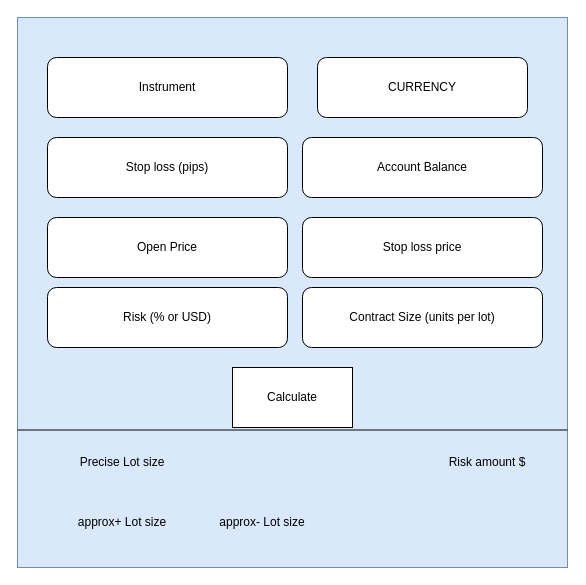
This is src/assets/risk-reward-plan.drawio from opeyemi-jonah/risk-reward-calculator, a draw.io file, before an edit. Source tidied: cells renumbered, new cells numbered last; positions are measured from the earlier drawing's top-left corner, leaving out a move shared by most shapes. Both pictures are drawn from the tidied source at 100%, with x=0, y=0 at pixel (17, 17).
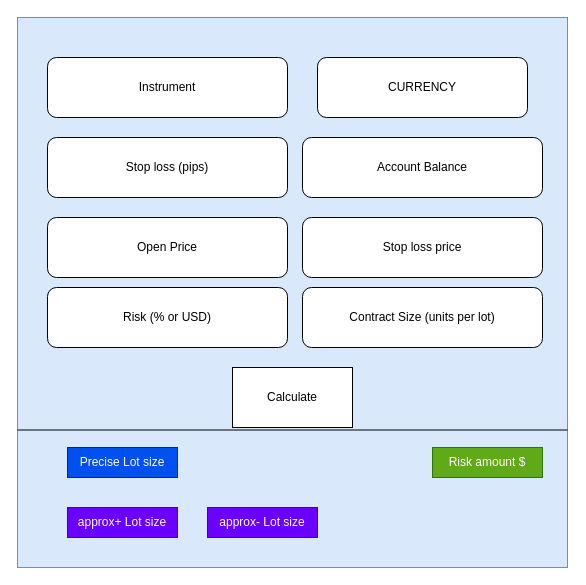
After the change.

Commit message (it also covers changes not shown here):
Defined: output variables and FormControls

Change to the diagram source:
```diff
@@
 <mxGraphModel>
   <root>
     <mxCell id="0" />
     <mxCell id="1" parent="0" />
     <mxCell id="2" style="whiteSpace=wrap;html=1;fillColor=#dae8fc;strokeColor=#6c8ebf;" parent="1" vertex="1">
       <mxGeometry width="550" height="550" as="geometry" />
     </mxCell>
     <mxCell id="3" value="Instrument" style="rounded=1;whiteSpace=wrap;html=1;" parent="1" vertex="1">
       <mxGeometry x="30" y="40" width="240" height="60" as="geometry" />
     </mxCell>
     <mxCell id="4" value="CURRENCY" style="rounded=1;whiteSpace=wrap;html=1;" parent="1" vertex="1">
       <mxGeometry x="300" y="40" width="210" height="60" as="geometry" />
     </mxCell>
     <mxCell id="5" value="Stop loss (pips)" style="rounded=1;whiteSpace=wrap;html=1;" parent="1" vertex="1">
       <mxGeometry x="30" y="120" width="240" height="60" as="geometry" />
     </mxCell>
     <mxCell id="6" value="Account Balance" style="rounded=1;whiteSpace=wrap;html=1;" parent="1" vertex="1">
       <mxGeometry x="285" y="120" width="240" height="60" as="geometry" />
     </mxCell>
     <mxCell id="7" value="Open Price" style="rounded=1;whiteSpace=wrap;html=1;" parent="1" vertex="1">
       <mxGeometry x="30" y="200" width="240" height="60" as="geometry" />
     </mxCell>
     <mxCell id="8" value="Stop loss price" style="rounded=1;whiteSpace=wrap;html=1;" parent="1" vertex="1">
       <mxGeometry x="285" y="200" width="240" height="60" as="geometry" />
     </mxCell>
     <mxCell id="9" value="Risk (% or USD)" style="rounded=1;whiteSpace=wrap;html=1;" parent="1" vertex="1">
       <mxGeometry x="30" y="270" width="240" height="60" as="geometry" />
     </mxCell>
     <mxCell id="10" value="Contract Size (units per lot)" style="rounded=1;whiteSpace=wrap;html=1;" parent="1" vertex="1">
       <mxGeometry x="285" y="270" width="240" height="60" as="geometry" />
     </mxCell>
-    <mxCell id="11" value="Precise Lot size" style="text;html=1;strokeColor=none;fillColor=none;align=center;verticalAlign=middle;whiteSpace=wrap;rounded=0;" parent="1" vertex="1">
+    <mxCell id="11" value="Precise Lot size" style="text;html=1;strokeColor=#001DBC;fillColor=#0050ef;align=center;verticalAlign=middle;whiteSpace=wrap;rounded=0;fontColor=#ffffff;" parent="1" vertex="1">
       <mxGeometry x="50" y="430" width="110" height="30" as="geometry" />
     </mxCell>
-    <mxCell id="12" value="approx+ Lot size" style="text;html=1;strokeColor=none;fillColor=none;align=center;verticalAlign=middle;whiteSpace=wrap;rounded=0;" parent="1" vertex="1">
+    <mxCell id="12" value="approx+ Lot size" style="text;html=1;strokeColor=#3700CC;fillColor=#6a00ff;align=center;verticalAlign=middle;whiteSpace=wrap;rounded=0;fontColor=#ffffff;" parent="1" vertex="1">
       <mxGeometry x="50" y="490" width="110" height="30" as="geometry" />
     </mxCell>
-    <mxCell id="13" value="approx- Lot size" style="text;html=1;strokeColor=none;fillColor=none;align=center;verticalAlign=middle;whiteSpace=wrap;rounded=0;" parent="1" vertex="1">
+    <mxCell id="13" value="approx- Lot size" style="text;html=1;strokeColor=#3700CC;fillColor=#6a00ff;align=center;verticalAlign=middle;whiteSpace=wrap;rounded=0;fontColor=#ffffff;" parent="1" vertex="1">
       <mxGeometry x="190" y="490" width="110" height="30" as="geometry" />
     </mxCell>
-    <mxCell id="14" value="Risk amount $" style="text;html=1;strokeColor=none;fillColor=none;align=center;verticalAlign=middle;whiteSpace=wrap;rounded=0;" parent="1" vertex="1">
+    <mxCell id="14" value="Risk amount $" style="text;html=1;strokeColor=#2D7600;fillColor=#60a917;align=center;verticalAlign=middle;whiteSpace=wrap;rounded=0;fontColor=#ffffff;" parent="1" vertex="1">
       <mxGeometry x="415" y="430" width="110" height="30" as="geometry" />
     </mxCell>
     <mxCell id="15" value="Calculate" style="rounded=0;whiteSpace=wrap;html=1;" parent="1" vertex="1">
       <mxGeometry x="215" y="350" width="120" height="60" as="geometry" />
     </mxCell>
     <mxCell id="16" style="endArrow=none;html=1;rounded=0;exitX=0;exitY=0.75;exitDx=0;exitDy=0;entryX=1;entryY=0.75;entryDx=0;entryDy=0;" parent="1" edge="1" source="2" target="2">
       <mxGeometry relative="1" as="geometry" />
     </mxCell>
   </root>
 </mxGraphModel>
```
